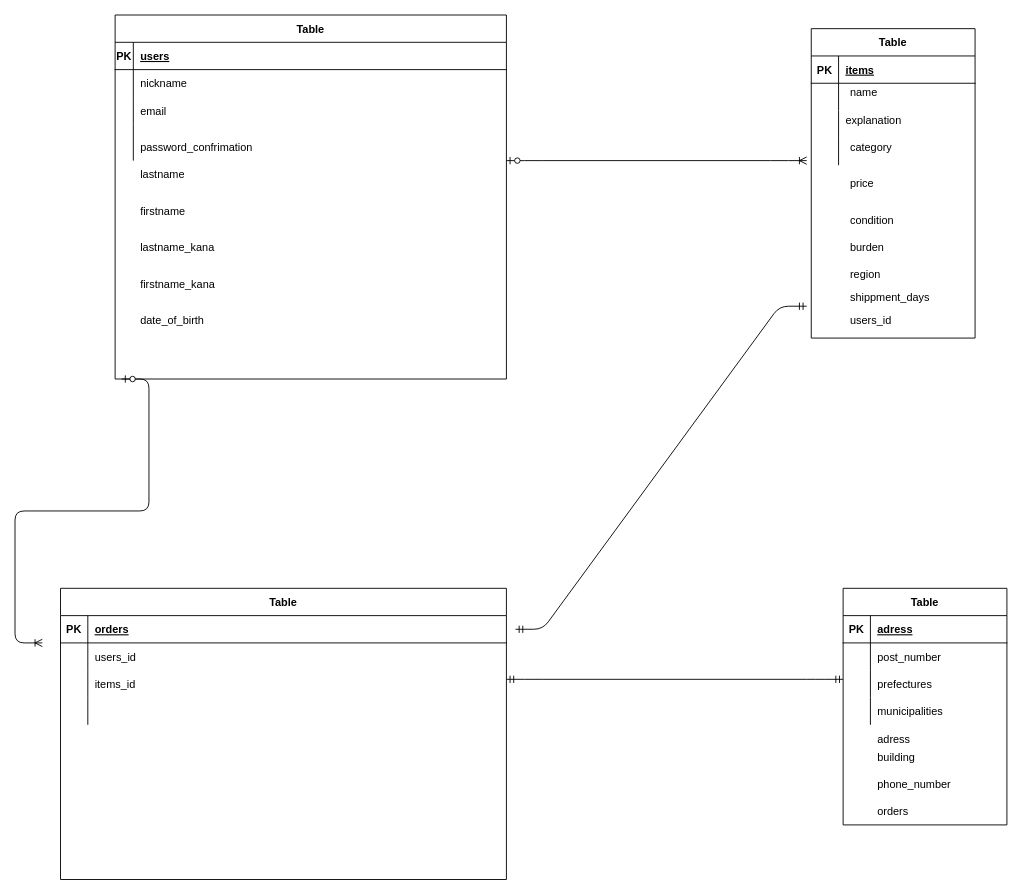
The draw.io diagram test.dio in mikimm/furima-38386, before the edit. Source tidied: cells renumbered, new cells numbered last; positions are measured from the earlier drawing's top-left corner, leaving out a move shared by most shapes. Both pictures are drawn from the tidied source at 91%, with x=0, y=0 at pixel (42, 15).
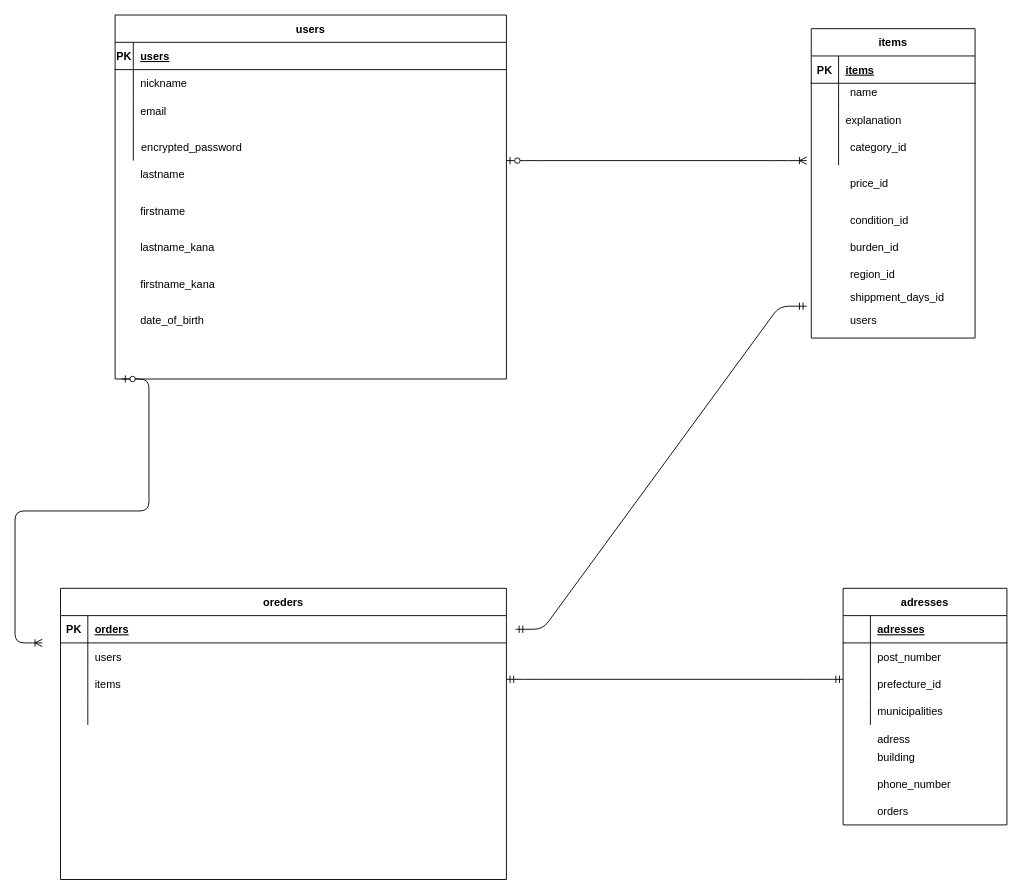
The same diagram, later.

Commit message (it also covers changes not shown here):
データベース設計修正２

Unchanged cells that the change refers to:
```xml
<mxCell id="36" style="shape=partialRectangle;fillColor=none;top=0;left=0;bottom=1;right=0;" parent="35" vertex="1">
  <mxGeometry y="30" width="180" height="30" as="geometry" />
</mxCell>
<mxCell id="42" style="shape=partialRectangle;fillColor=none;top=0;left=0;bottom=0;right=0;" parent="35" vertex="1">
  <mxGeometry y="90" width="180" height="30" as="geometry" />
</mxCell>
<mxCell id="65" style="shape=partialRectangle;fillColor=none;top=0;left=0;bottom=0;right=0;" parent="61" vertex="1">
  <mxGeometry y="60" width="490" height="30" as="geometry" />
</mxCell>
<mxCell id="68" style="shape=partialRectangle;fillColor=none;top=0;left=0;bottom=0;right=0;" parent="61" vertex="1">
  <mxGeometry y="90" width="490" height="30" as="geometry" />
</mxCell>
```

Change to the diagram source:
```diff
@@
-    <mxCell id="2" value="Table" style="shape=table;startSize=30;childLayout=tableLayout;rowLines=0;fontStyle=1;align=center;" parent="1" vertex="1">
+    <mxCell id="2" value="items" style="shape=table;startSize=30;childLayout=tableLayout;rowLines=0;fontStyle=1;align=center;" parent="1" vertex="1">
       <mxGeometry x="845" y="15" width="180" height="340" as="geometry" />
     </mxCell>
@@
-    <mxCell id="15" value="Table" style="shape=table;startSize=30;childLayout=tableLayout;rowLines=0;fontStyle=1;align=center;" parent="1" vertex="1">
+    <mxCell id="15" value="users" style="shape=table;startSize=30;childLayout=tableLayout;rowLines=0;fontStyle=1;align=center;" parent="1" vertex="1">
       <mxGeometry x="80" width="430" height="400" as="geometry" />
     </mxCell>
@@
-    <mxCell id="29" value="password_confrimation" style="shape=partialRectangle;fillColor=none;top=0;left=0;bottom=0;right=0;align=left;spacingLeft=6;overflow=hidden;" parent="1" vertex="1">
-      <mxGeometry x="100" y="130" width="150" height="30" as="geometry" />
+    <mxCell id="29" value="encrypted_password" style="shape=partialRectangle;fillColor=none;top=0;left=0;bottom=0;right=0;align=left;spacingLeft=6;overflow=hidden;" parent="1" vertex="1">
+      <mxGeometry x="101" y="130" width="150" height="30" as="geometry" />
     </mxCell>
@@
-    <mxCell id="33" value="category" style="shape=partialRectangle;fillColor=none;top=0;left=0;bottom=0;right=0;align=left;spacingLeft=6;overflow=hidden;" parent="1" vertex="1">
+    <mxCell id="33" value="category_id" style="shape=partialRectangle;fillColor=none;top=0;left=0;bottom=0;right=0;align=left;spacingLeft=6;overflow=hidden;" parent="1" vertex="1">
       <mxGeometry x="880" y="130" width="90" height="30" as="geometry" />
     </mxCell>
-    <mxCell id="34" value="price" style="shape=partialRectangle;fillColor=none;top=0;left=0;bottom=0;right=0;align=left;spacingLeft=6;overflow=hidden;" parent="1" vertex="1">
+    <mxCell id="34" value="price_id" style="shape=partialRectangle;fillColor=none;top=0;left=0;bottom=0;right=0;align=left;spacingLeft=6;overflow=hidden;" parent="1" vertex="1">
       <mxGeometry x="880" y="170" width="120" height="30" as="geometry" />
     </mxCell>
-    <mxCell id="35" value="Table" style="shape=table;startSize=30;childLayout=tableLayout;rowLines=0;fontStyle=1;align=center;" parent="1" vertex="1">
+    <mxCell id="35" value="adresses" style="shape=table;startSize=30;childLayout=tableLayout;rowLines=0;fontStyle=1;align=center;" parent="1" vertex="1">
       <mxGeometry x="880" y="630" width="180" height="260" as="geometry" />
     </mxCell>
@@
-    <mxCell id="37" value="PK" style="shape=partialRectangle;fillColor=none;top=0;left=0;bottom=0;right=0;fontStyle=1;overflow=hidden;" parent="36" vertex="1">
+    <mxCell id="37" style="shape=partialRectangle;fillColor=none;top=0;left=0;bottom=0;right=0;fontStyle=1;overflow=hidden;" parent="36" vertex="1">
       <mxGeometry width="30" height="30" as="geometry" />
     </mxCell>
-    <mxCell id="38" value="adress" style="shape=partialRectangle;fillColor=none;top=0;left=0;bottom=0;right=0;align=left;spacingLeft=6;fontStyle=5;overflow=hidden;" parent="36" vertex="1">
+    <mxCell id="38" value="adresses" style="shape=partialRectangle;fillColor=none;top=0;left=0;bottom=0;right=0;align=left;spacingLeft=6;fontStyle=5;overflow=hidden;" parent="36" vertex="1">
       <mxGeometry x="30" width="150" height="30" as="geometry" />
     </mxCell>
@@
-    <mxCell id="44" value="prefectures" style="shape=partialRectangle;fillColor=none;top=0;left=0;bottom=0;right=0;align=left;spacingLeft=6;overflow=hidden;" parent="42" vertex="1">
+    <mxCell id="44" value="prefecture_id" style="shape=partialRectangle;fillColor=none;top=0;left=0;bottom=0;right=0;align=left;spacingLeft=6;overflow=hidden;" parent="42" vertex="1">
       <mxGeometry x="30" width="150" height="30" as="geometry" />
     </mxCell>
@@
-    <mxCell id="51" value="condition" style="shape=partialRectangle;fillColor=none;top=0;left=0;bottom=0;right=0;align=left;spacingLeft=6;overflow=hidden;" parent="1" vertex="1">
+    <mxCell id="51" value="condition_id" style="shape=partialRectangle;fillColor=none;top=0;left=0;bottom=0;right=0;align=left;spacingLeft=6;overflow=hidden;" parent="1" vertex="1">
       <mxGeometry x="880" y="210" width="120" height="30" as="geometry" />
     </mxCell>
@@
-    <mxCell id="57" value="burden" style="shape=partialRectangle;fillColor=none;top=0;left=0;bottom=0;right=0;align=left;spacingLeft=6;overflow=hidden;" parent="1" vertex="1">
+    <mxCell id="57" value="burden_id" style="shape=partialRectangle;fillColor=none;top=0;left=0;bottom=0;right=0;align=left;spacingLeft=6;overflow=hidden;" parent="1" vertex="1">
       <mxGeometry x="880" y="240" width="120" height="30" as="geometry" />
     </mxCell>
-    <mxCell id="58" value="region" style="shape=partialRectangle;fillColor=none;top=0;left=0;bottom=0;right=0;align=left;spacingLeft=6;overflow=hidden;" parent="1" vertex="1">
+    <mxCell id="58" value="region_id" style="shape=partialRectangle;fillColor=none;top=0;left=0;bottom=0;right=0;align=left;spacingLeft=6;overflow=hidden;" parent="1" vertex="1">
       <mxGeometry x="880" y="270" width="120" height="30" as="geometry" />
     </mxCell>
-    <mxCell id="59" value="shippment_days" style="shape=partialRectangle;fillColor=none;top=0;left=0;bottom=0;right=0;align=left;spacingLeft=6;overflow=hidden;" parent="1" vertex="1">
+    <mxCell id="59" value="shippment_days_id" style="shape=partialRectangle;fillColor=none;top=0;left=0;bottom=0;right=0;align=left;spacingLeft=6;overflow=hidden;" parent="1" vertex="1">
       <mxGeometry x="880" y="300" width="120" height="20" as="geometry" />
     </mxCell>
-    <mxCell id="60" value="users_id" style="shape=partialRectangle;fillColor=none;top=0;left=0;bottom=0;right=0;align=left;spacingLeft=6;overflow=hidden;" parent="1" vertex="1">
+    <mxCell id="60" value="users" style="shape=partialRectangle;fillColor=none;top=0;left=0;bottom=0;right=0;align=left;spacingLeft=6;overflow=hidden;" parent="1" vertex="1">
       <mxGeometry x="880" y="325" width="120" height="20" as="geometry" />
     </mxCell>
-    <mxCell id="61" value="Table" style="shape=table;startSize=30;childLayout=tableLayout;rowLines=0;fontStyle=1;align=center;" parent="1" vertex="1">
+    <mxCell id="61" value="oreders" style="shape=table;startSize=30;childLayout=tableLayout;rowLines=0;fontStyle=1;align=center;" parent="1" vertex="1">
       <mxGeometry x="20" y="630" width="490" height="320" as="geometry" />
     </mxCell>
@@
-    <mxCell id="67" value="users_id" style="shape=partialRectangle;fillColor=none;top=0;left=0;bottom=0;right=0;align=left;spacingLeft=6;overflow=hidden;" parent="65" vertex="1">
+    <mxCell id="67" value="users" style="shape=partialRectangle;fillColor=none;top=0;left=0;bottom=0;right=0;align=left;spacingLeft=6;overflow=hidden;" parent="65" vertex="1">
       <mxGeometry x="30" width="460" height="30" as="geometry" />
     </mxCell>
@@
-    <mxCell id="70" value="items_id" style="shape=partialRectangle;fillColor=none;top=0;left=0;bottom=0;right=0;align=left;spacingLeft=6;overflow=hidden;" parent="68" vertex="1">
+    <mxCell id="70" value="items" style="shape=partialRectangle;fillColor=none;top=0;left=0;bottom=0;right=0;align=left;spacingLeft=6;overflow=hidden;" parent="68" vertex="1">
       <mxGeometry x="30" width="460" height="30" as="geometry" />
     </mxCell>
```
